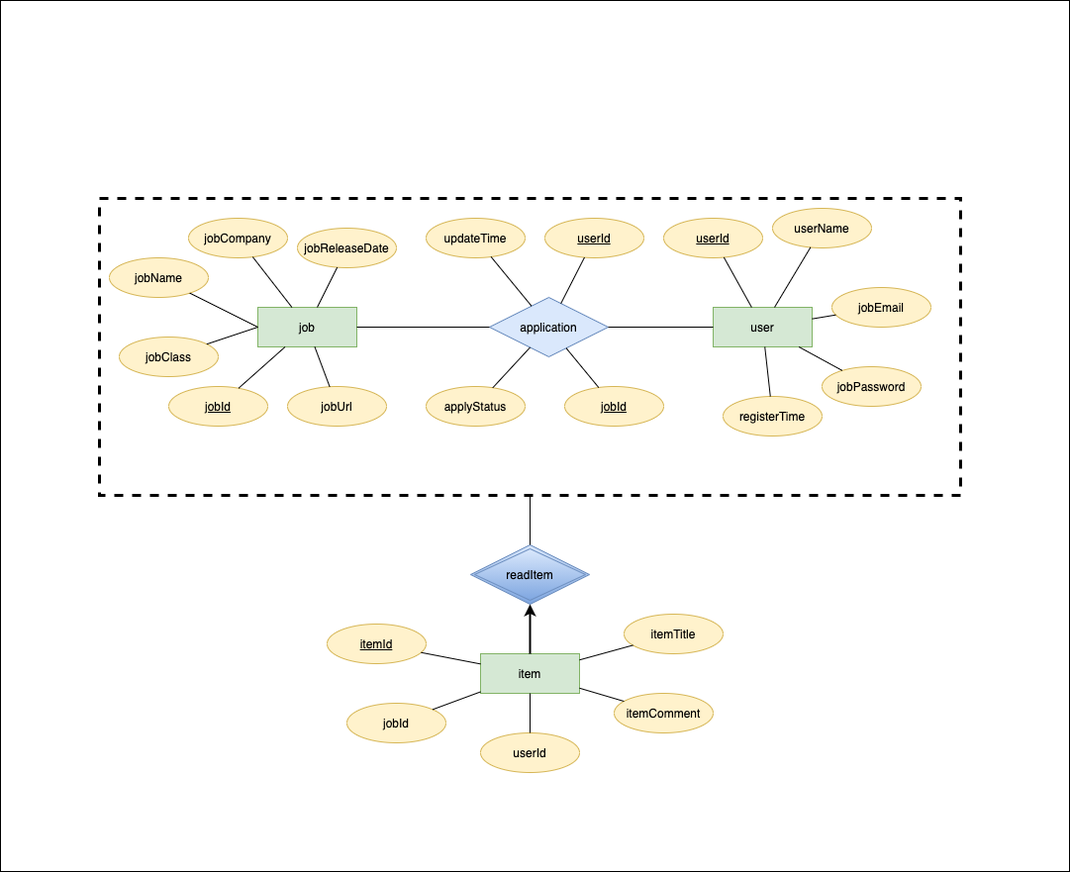
jiangyy12/application-tracking-system keeps this draw.io diagram as proj2_ER.png. Above is the earlier version. Source tidied: cells renumbered, new cells last; positions are measured from the earlier drawing's top-left corner, leaving out a move shared by most shapes. Source of this version:
```xml
<mxGraphModel>
  <root>
    <mxCell id="0" />
    <mxCell id="1" parent="0" />
    <mxCell id="2" style="rounded=0;whiteSpace=wrap;html=1;dashed=1;fillColor=none;strokeWidth=3;" parent="1" vertex="1">
      <mxGeometry x="100" y="200" width="870" height="300" as="geometry" />
    </mxCell>
    <mxCell id="3" value="job" style="whiteSpace=wrap;html=1;align=center;fillColor=#d5e8d4;strokeColor=#82b366;" parent="1" vertex="1">
      <mxGeometry x="260" y="310" width="100" height="40" as="geometry" />
    </mxCell>
    <mxCell id="4" value="jobName" style="ellipse;whiteSpace=wrap;html=1;align=center;fillColor=#fff2cc;strokeColor=#d6b656;" parent="1" vertex="1">
      <mxGeometry x="110" y="260" width="100" height="40" as="geometry" />
    </mxCell>
    <mxCell id="5" value="jobClass" style="ellipse;whiteSpace=wrap;html=1;align=center;fillColor=#fff2cc;strokeColor=#d6b656;" parent="1" vertex="1">
      <mxGeometry x="120" y="340" width="100" height="40" as="geometry" />
    </mxCell>
    <mxCell id="6" value="jobUrl" style="ellipse;whiteSpace=wrap;html=1;align=center;fillColor=#fff2cc;strokeColor=#d6b656;" parent="1" vertex="1">
      <mxGeometry x="290" y="390" width="100" height="40" as="geometry" />
    </mxCell>
    <mxCell id="7" value="jobCompany" style="ellipse;whiteSpace=wrap;html=1;align=center;fillColor=#fff2cc;strokeColor=#d6b656;" parent="1" vertex="1">
      <mxGeometry x="190" y="220" width="100" height="40" as="geometry" />
    </mxCell>
    <mxCell id="8" value="jobReleaseDate" style="ellipse;whiteSpace=wrap;html=1;align=center;fillColor=#fff2cc;strokeColor=#d6b656;" parent="1" vertex="1">
      <mxGeometry x="300" y="230" width="100" height="40" as="geometry" />
    </mxCell>
    <mxCell id="9" value="jobId" style="ellipse;whiteSpace=wrap;html=1;align=center;fontStyle=4;fillColor=#fff2cc;strokeColor=#d6b656;" parent="1" vertex="1">
      <mxGeometry x="170" y="390" width="100" height="40" as="geometry" />
    </mxCell>
    <mxCell id="10" style="endArrow=none;html=1;rounded=0;" parent="1" edge="1" source="3" target="9">
      <mxGeometry relative="1" as="geometry" />
    </mxCell>
    <mxCell id="11" style="endArrow=none;html=1;rounded=0;" parent="1" edge="1" source="3" target="6">
      <mxGeometry relative="1" as="geometry" />
    </mxCell>
    <mxCell id="12" style="endArrow=none;html=1;rounded=0;exitX=0;exitY=0.5;exitDx=0;exitDy=0;" parent="1" edge="1" source="3" target="5">
      <mxGeometry relative="1" as="geometry" />
    </mxCell>
    <mxCell id="13" style="endArrow=none;html=1;rounded=0;exitX=0;exitY=0.5;exitDx=0;exitDy=0;" parent="1" edge="1" source="3" target="4">
      <mxGeometry relative="1" as="geometry" />
    </mxCell>
    <mxCell id="14" style="endArrow=none;html=1;rounded=0;" parent="1" edge="1" source="3" target="7">
      <mxGeometry relative="1" as="geometry" />
    </mxCell>
    <mxCell id="15" style="endArrow=none;html=1;rounded=0;" parent="1" edge="1" source="3" target="8">
      <mxGeometry relative="1" as="geometry" />
    </mxCell>
    <mxCell id="16" value="application" style="shape=rhombus;perimeter=rhombusPerimeter;whiteSpace=wrap;html=1;align=center;fillColor=#dae8fc;strokeColor=#6c8ebf;" parent="1" vertex="1">
      <mxGeometry x="494" y="300" width="120" height="60" as="geometry" />
    </mxCell>
    <mxCell id="17" value="jobId" style="ellipse;whiteSpace=wrap;html=1;align=center;fontStyle=4;fillColor=#fff2cc;strokeColor=#d6b656;" parent="1" vertex="1">
      <mxGeometry x="570" y="390" width="100" height="40" as="geometry" />
    </mxCell>
    <mxCell id="18" value="userId" style="ellipse;whiteSpace=wrap;html=1;align=center;fontStyle=4;fillColor=#fff2cc;strokeColor=#d6b656;" parent="1" vertex="1">
      <mxGeometry x="550" y="220" width="100" height="40" as="geometry" />
    </mxCell>
    <mxCell id="19" value="updateTime" style="ellipse;whiteSpace=wrap;html=1;align=center;fillColor=#fff2cc;strokeColor=#d6b656;" parent="1" vertex="1">
      <mxGeometry x="430" y="220" width="100" height="40" as="geometry" />
    </mxCell>
    <mxCell id="20" value="applyStatus" style="ellipse;whiteSpace=wrap;html=1;align=center;fillColor=#fff2cc;strokeColor=#d6b656;" parent="1" vertex="1">
      <mxGeometry x="430" y="390" width="100" height="40" as="geometry" />
    </mxCell>
    <mxCell id="21" style="endArrow=none;html=1;rounded=0;" parent="1" edge="1" source="16" target="17">
      <mxGeometry relative="1" as="geometry" />
    </mxCell>
    <mxCell id="22" style="endArrow=none;html=1;rounded=0;" parent="1" edge="1" source="16" target="20">
      <mxGeometry relative="1" as="geometry" />
    </mxCell>
    <mxCell id="23" style="endArrow=none;html=1;rounded=0;" parent="1" edge="1" source="16" target="18">
      <mxGeometry relative="1" as="geometry" />
    </mxCell>
    <mxCell id="24" style="endArrow=none;html=1;rounded=0;" parent="1" edge="1" source="16" target="19">
      <mxGeometry relative="1" as="geometry" />
    </mxCell>
    <mxCell id="25" value="user" style="whiteSpace=wrap;html=1;align=center;fillColor=#d5e8d4;strokeColor=#82b366;" parent="1" vertex="1">
      <mxGeometry x="720" y="310" width="100" height="40" as="geometry" />
    </mxCell>
    <mxCell id="26" value="userName" style="ellipse;whiteSpace=wrap;html=1;align=center;fillColor=#fff2cc;strokeColor=#d6b656;" parent="1" vertex="1">
      <mxGeometry x="780" y="210" width="100" height="40" as="geometry" />
    </mxCell>
    <mxCell id="27" value="registerTime" style="ellipse;whiteSpace=wrap;html=1;align=center;fillColor=#fff2cc;strokeColor=#d6b656;" parent="1" vertex="1">
      <mxGeometry x="730" y="400" width="100" height="40" as="geometry" />
    </mxCell>
    <mxCell id="28" value="jobPassword" style="ellipse;whiteSpace=wrap;html=1;align=center;fillColor=#fff2cc;strokeColor=#d6b656;" parent="1" vertex="1">
      <mxGeometry x="830" y="370" width="100" height="40" as="geometry" />
    </mxCell>
    <mxCell id="29" value="jobEmail" style="ellipse;whiteSpace=wrap;html=1;align=center;fillColor=#fff2cc;strokeColor=#d6b656;" parent="1" vertex="1">
      <mxGeometry x="840" y="290" width="100" height="40" as="geometry" />
    </mxCell>
    <mxCell id="30" value="userId" style="ellipse;whiteSpace=wrap;html=1;align=center;fontStyle=4;fillColor=#fff2cc;strokeColor=#d6b656;" parent="1" vertex="1">
      <mxGeometry x="670" y="220" width="100" height="40" as="geometry" />
    </mxCell>
    <mxCell id="31" style="endArrow=none;html=1;rounded=0;" parent="1" edge="1" source="25" target="30">
      <mxGeometry relative="1" as="geometry" />
    </mxCell>
    <mxCell id="32" style="endArrow=none;html=1;rounded=0;" parent="1" edge="1" source="25" target="27">
      <mxGeometry relative="1" as="geometry" />
    </mxCell>
    <mxCell id="33" style="endArrow=none;html=1;rounded=0;" parent="1" edge="1" source="25" target="26">
      <mxGeometry relative="1" as="geometry" />
    </mxCell>
    <mxCell id="34" style="endArrow=none;html=1;rounded=0;" parent="1" edge="1" source="25" target="28">
      <mxGeometry relative="1" as="geometry" />
    </mxCell>
    <mxCell id="35" style="endArrow=none;html=1;rounded=0;" parent="1" edge="1" source="25" target="29">
      <mxGeometry relative="1" as="geometry" />
    </mxCell>
    <mxCell id="36" value="readItem" style="shape=rhombus;double=1;perimeter=rhombusPerimeter;whiteSpace=wrap;html=1;align=center;strokeWidth=1;fillColor=#dae8fc;gradientColor=#7ea6e0;strokeColor=#6c8ebf;" parent="1" vertex="1">
      <mxGeometry x="475" y="550" width="120" height="60" as="geometry" />
    </mxCell>
    <mxCell id="37" value="item" style="whiteSpace=wrap;html=1;align=center;strokeWidth=1;fillColor=#d5e8d4;strokeColor=#82b366;" parent="1" vertex="1">
      <mxGeometry x="485" y="660" width="100" height="40" as="geometry" />
    </mxCell>
    <mxCell id="38" style="endArrow=none;html=1;rounded=0;" parent="1" edge="1" source="36" target="2">
      <mxGeometry relative="1" as="geometry" />
    </mxCell>
    <mxCell id="39" style="endArrow=classic;html=1;strokeWidth=2;" parent="1" edge="1" source="37" target="36">
      <mxGeometry relative="1" as="geometry" />
    </mxCell>
    <mxCell id="40" value="jobId" style="ellipse;whiteSpace=wrap;html=1;align=center;strokeWidth=1;fillColor=#fff2cc;strokeColor=#d6b656;" parent="1" vertex="1">
      <mxGeometry x="350" y="710" width="100" height="40" as="geometry" />
    </mxCell>
    <mxCell id="41" value="userId" style="ellipse;whiteSpace=wrap;html=1;align=center;strokeWidth=1;fillColor=#fff2cc;strokeColor=#d6b656;" parent="1" vertex="1">
      <mxGeometry x="485" y="740" width="100" height="40" as="geometry" />
    </mxCell>
    <mxCell id="42" value="itemComment" style="ellipse;whiteSpace=wrap;html=1;align=center;strokeWidth=1;fillColor=#fff2cc;strokeColor=#d6b656;" parent="1" vertex="1">
      <mxGeometry x="620" y="700" width="100" height="40" as="geometry" />
    </mxCell>
    <mxCell id="43" value="itemTitle" style="ellipse;whiteSpace=wrap;html=1;align=center;strokeWidth=1;fillColor=#fff2cc;strokeColor=#d6b656;" parent="1" vertex="1">
      <mxGeometry x="630" y="620" width="100" height="40" as="geometry" />
    </mxCell>
    <mxCell id="44" value="itemId" style="ellipse;whiteSpace=wrap;html=1;align=center;fontStyle=4;strokeWidth=1;fillColor=#fff2cc;strokeColor=#d6b656;" parent="1" vertex="1">
      <mxGeometry x="330" y="630" width="100" height="40" as="geometry" />
    </mxCell>
    <mxCell id="45" style="endArrow=none;html=1;rounded=0;" parent="1" edge="1" source="37" target="44">
      <mxGeometry relative="1" as="geometry" />
    </mxCell>
    <mxCell id="46" style="endArrow=none;html=1;rounded=0;" parent="1" edge="1" source="37" target="40">
      <mxGeometry relative="1" as="geometry" />
    </mxCell>
    <mxCell id="47" style="endArrow=none;html=1;rounded=0;" parent="1" edge="1" source="41" target="37">
      <mxGeometry relative="1" as="geometry" />
    </mxCell>
    <mxCell id="48" style="endArrow=none;html=1;rounded=0;" parent="1" edge="1" source="37" target="43">
      <mxGeometry relative="1" as="geometry" />
    </mxCell>
    <mxCell id="49" style="endArrow=none;html=1;rounded=0;" parent="1" edge="1" source="37" target="42">
      <mxGeometry relative="1" as="geometry" />
    </mxCell>
    <mxCell id="50" style="endArrow=none;html=1;rounded=0;" parent="1" edge="1" source="3" target="16">
      <mxGeometry relative="1" as="geometry" />
    </mxCell>
    <mxCell id="51" style="endArrow=none;html=1;rounded=0;" parent="1" edge="1" source="16" target="25">
      <mxGeometry relative="1" as="geometry" />
    </mxCell>
    <mxCell id="52" style="rounded=0;whiteSpace=wrap;html=1;fillColor=none;" parent="1" vertex="1">
      <mxGeometry width="1080" height="880" as="geometry" />
    </mxCell>
  </root>
</mxGraphModel>
```
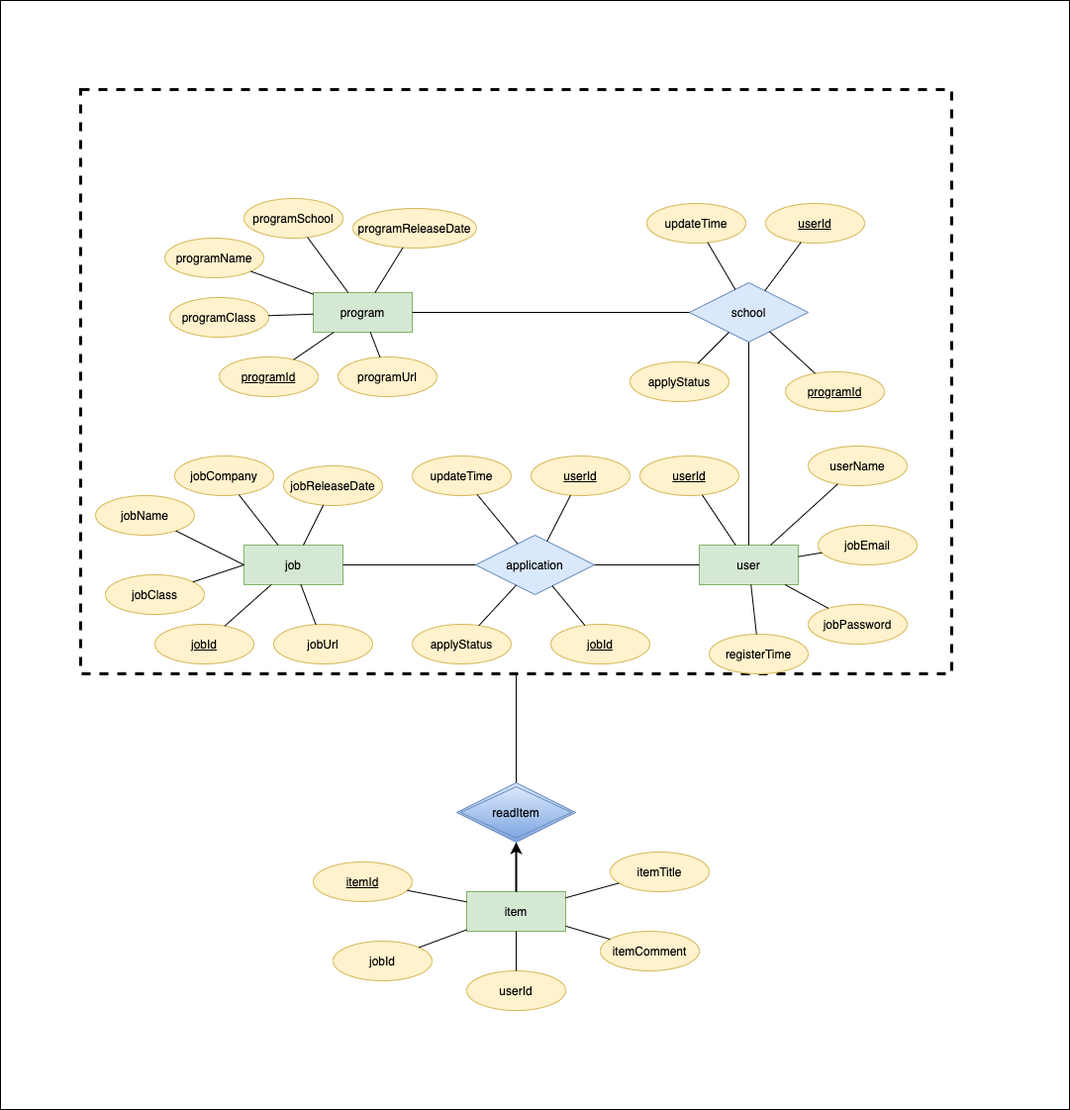
The same diagram one commit later.

What changed in the source:
```diff
@@ -2,8 +2,11 @@
   <root>
     <mxCell id="0" />
     <mxCell id="1" parent="0" />
+    <mxCell id="52" style="rounded=0;whiteSpace=wrap;html=1;fillColor=none;" parent="1" vertex="1">
+      <mxGeometry x="14" y="-240" width="1080" height="1120" as="geometry" />
+    </mxCell>
     <mxCell id="2" style="rounded=0;whiteSpace=wrap;html=1;dashed=1;fillColor=none;strokeWidth=3;" parent="1" vertex="1">
-      <mxGeometry x="100" y="200" width="870" height="300" as="geometry" />
+      <mxGeometry x="95" y="-150" width="880" height="590" as="geometry" />
     </mxCell>
     <mxCell id="3" value="job" style="whiteSpace=wrap;html=1;align=center;fillColor=#d5e8d4;strokeColor=#82b366;" parent="1" vertex="1">
       <mxGeometry x="260" y="310" width="100" height="40" as="geometry" />
@@ -75,7 +78,7 @@
       <mxGeometry x="720" y="310" width="100" height="40" as="geometry" />
     </mxCell>
     <mxCell id="26" value="userName" style="ellipse;whiteSpace=wrap;html=1;align=center;fillColor=#fff2cc;strokeColor=#d6b656;" parent="1" vertex="1">
-      <mxGeometry x="780" y="210" width="100" height="40" as="geometry" />
+      <mxGeometry x="830" y="210" width="100" height="40" as="geometry" />
     </mxCell>
     <mxCell id="27" value="registerTime" style="ellipse;whiteSpace=wrap;html=1;align=center;fillColor=#fff2cc;strokeColor=#d6b656;" parent="1" vertex="1">
       <mxGeometry x="730" y="400" width="100" height="40" as="geometry" />
@@ -87,7 +90,7 @@
       <mxGeometry x="840" y="290" width="100" height="40" as="geometry" />
     </mxCell>
     <mxCell id="30" value="userId" style="ellipse;whiteSpace=wrap;html=1;align=center;fontStyle=4;fillColor=#fff2cc;strokeColor=#d6b656;" parent="1" vertex="1">
-      <mxGeometry x="670" y="220" width="100" height="40" as="geometry" />
+      <mxGeometry x="660" y="220" width="100" height="40" as="geometry" />
     </mxCell>
     <mxCell id="31" style="endArrow=none;html=1;rounded=0;" parent="1" edge="1" source="25" target="30">
       <mxGeometry relative="1" as="geometry" />
@@ -152,8 +155,77 @@
     <mxCell id="51" style="endArrow=none;html=1;rounded=0;" parent="1" edge="1" source="16" target="25">
       <mxGeometry relative="1" as="geometry" />
     </mxCell>
-    <mxCell id="52" style="rounded=0;whiteSpace=wrap;html=1;fillColor=none;" parent="1" vertex="1">
-      <mxGeometry width="1080" height="880" as="geometry" />
-    </mxCell>
+    <mxCell id="53" value="program" style="whiteSpace=wrap;html=1;align=center;fillColor=#d5e8d4;strokeColor=#82b366;" parent="1" vertex="1">
+      <mxGeometry x="330" y="55" width="100" height="40" as="geometry" />
+    </mxCell>
+    <mxCell id="54" value="programName" style="ellipse;whiteSpace=wrap;html=1;align=center;fillColor=#fff2cc;strokeColor=#d6b656;" parent="1" vertex="1">
+      <mxGeometry x="180" width="100" height="40" as="geometry" />
+    </mxCell>
+    <mxCell id="55" value="programClass" style="ellipse;whiteSpace=wrap;html=1;align=center;fillColor=#fff2cc;strokeColor=#d6b656;" parent="1" vertex="1">
+      <mxGeometry x="185" y="60" width="100" height="40" as="geometry" />
+    </mxCell>
+    <mxCell id="56" value="programUrl" style="ellipse;whiteSpace=wrap;html=1;align=center;fillColor=#fff2cc;strokeColor=#d6b656;" parent="1" vertex="1">
+      <mxGeometry x="355" y="120" width="100" height="40" as="geometry" />
+    </mxCell>
+    <mxCell id="57" value="programSchool" style="ellipse;whiteSpace=wrap;html=1;align=center;fillColor=#fff2cc;strokeColor=#d6b656;" parent="1" vertex="1">
+      <mxGeometry x="260" y="-40" width="100" height="40" as="geometry" />
+    </mxCell>
+    <mxCell id="58" value="programReleaseDate" style="ellipse;whiteSpace=wrap;html=1;align=center;fillColor=#fff2cc;strokeColor=#d6b656;" parent="1" vertex="1">
+      <mxGeometry x="370" y="-30" width="125" height="40" as="geometry" />
+    </mxCell>
+    <mxCell id="59" value="programId" style="ellipse;whiteSpace=wrap;html=1;align=center;fontStyle=4;fillColor=#fff2cc;strokeColor=#d6b656;" parent="1" vertex="1">
+      <mxGeometry x="235" y="120" width="100" height="40" as="geometry" />
+    </mxCell>
+    <mxCell id="60" style="endArrow=none;html=1;" parent="1" edge="1" source="53" target="57">
+      <mxGeometry relative="1" as="geometry" />
+    </mxCell>
+    <mxCell id="61" style="endArrow=none;html=1;" parent="1" edge="1" source="53" target="58">
+      <mxGeometry relative="1" as="geometry" />
+    </mxCell>
+    <mxCell id="62" style="endArrow=none;html=1;" parent="1" edge="1" source="53" target="54">
+      <mxGeometry relative="1" as="geometry" />
+    </mxCell>
+    <mxCell id="63" style="endArrow=none;html=1;" parent="1" edge="1" source="53" target="55">
+      <mxGeometry relative="1" as="geometry" />
+    </mxCell>
+    <mxCell id="64" style="endArrow=none;html=1;" parent="1" edge="1" source="53" target="59">
+      <mxGeometry relative="1" as="geometry" />
+    </mxCell>
+    <mxCell id="65" style="endArrow=none;html=1;" parent="1" edge="1" source="53" target="56">
+      <mxGeometry relative="1" as="geometry" />
+    </mxCell>
+    <mxCell id="66" value="school" style="shape=rhombus;perimeter=rhombusPerimeter;whiteSpace=wrap;html=1;align=center;fillColor=#dae8fc;strokeColor=#6c8ebf;" parent="1" vertex="1">
+      <mxGeometry x="710" y="45" width="120" height="60" as="geometry" />
+    </mxCell>
+    <mxCell id="67" value="programId" style="ellipse;whiteSpace=wrap;html=1;align=center;fontStyle=4;fillColor=#fff2cc;strokeColor=#d6b656;" parent="1" vertex="1">
+      <mxGeometry x="807" y="135" width="100" height="40" as="geometry" />
+    </mxCell>
+    <mxCell id="68" value="userId" style="ellipse;whiteSpace=wrap;html=1;align=center;fontStyle=4;fillColor=#fff2cc;strokeColor=#d6b656;" parent="1" vertex="1">
+      <mxGeometry x="787" y="-35" width="100" height="40" as="geometry" />
+    </mxCell>
+    <mxCell id="69" value="updateTime" style="ellipse;whiteSpace=wrap;html=1;align=center;fillColor=#fff2cc;strokeColor=#d6b656;" parent="1" vertex="1">
+      <mxGeometry x="667" y="-35" width="100" height="40" as="geometry" />
+    </mxCell>
+    <mxCell id="70" value="applyStatus" style="ellipse;whiteSpace=wrap;html=1;align=center;fillColor=#fff2cc;strokeColor=#d6b656;" parent="1" vertex="1">
+      <mxGeometry x="650" y="125" width="100" height="40" as="geometry" />
+    </mxCell>
+    <mxCell id="71" style="endArrow=none;html=1;" parent="1" edge="1" source="70" target="66">
+      <mxGeometry relative="1" as="geometry" />
+    </mxCell>
+    <mxCell id="72" style="endArrow=none;html=1;" parent="1" edge="1" source="66" target="69">
+      <mxGeometry relative="1" as="geometry" />
+    </mxCell>
+    <mxCell id="73" style="endArrow=none;html=1;" parent="1" edge="1" source="66" target="68">
+      <mxGeometry relative="1" as="geometry" />
+    </mxCell>
+    <mxCell id="74" style="endArrow=none;html=1;" parent="1" edge="1" source="66" target="67">
+      <mxGeometry relative="1" as="geometry" />
+    </mxCell>
+    <mxCell id="75" style="endArrow=none;html=1;" parent="1" edge="1" source="53" target="66">
+      <mxGeometry relative="1" as="geometry" />
+    </mxCell>
+    <mxCell id="76" style="endArrow=none;html=1;" parent="1" edge="1" source="25" target="66">
+      <mxGeometry relative="1" as="geometry" />
+    </mxCell>
   </root>
 </mxGraphModel>
```
